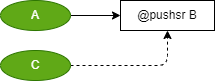
Above: Language/png/IF5.dio.png in DualsoftDev/ds (draw.io), before the change. Source tidied: cells renumbered, new cells last; positions are measured from the earlier drawing's top-left corner, leaving out a move shared by most shapes.
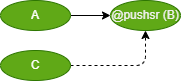
Above is the later version.

What changed in the source:
```diff
@@ -2,20 +2,20 @@
   <root>
     <mxCell id="0" />
     <mxCell id="1" parent="0" />
-    <mxCell id="2" style="edgeStyle=none;html=1;exitX=1;exitY=0.5;exitDx=0;exitDy=0;entryX=0;entryY=0.5;entryDx=0;entryDy=0;" parent="1" edge="1" source="6" target="5">
+    <mxCell id="2" style="edgeStyle=none;html=1;exitX=1;exitY=0.5;exitDx=0;exitDy=0;entryX=0;entryY=0.5;entryDx=0;entryDy=0;" parent="1" edge="1" source="6" target="7">
       <mxGeometry relative="1" as="geometry" />
     </mxCell>
-    <mxCell id="3" style="edgeStyle=orthogonalEdgeStyle;html=1;exitX=1;exitY=0.5;exitDx=0;exitDy=0;entryX=0.5;entryY=1;entryDx=0;entryDy=0;dashed=1;" parent="1" edge="1" source="4" target="5">
+    <mxCell id="3" style="edgeStyle=orthogonalEdgeStyle;html=1;exitX=1;exitY=0.5;exitDx=0;exitDy=0;entryX=0.5;entryY=1;entryDx=0;entryDy=0;dashed=1;" parent="1" edge="1" source="4" target="7">
       <mxGeometry relative="1" as="geometry" />
     </mxCell>
     <mxCell id="4" value="C" style="ellipse;whiteSpace=wrap;html=1;fillColor=#60a917;fontColor=#ffffff;strokeColor=#2D7600;" parent="1" vertex="1">
       <mxGeometry y="50" width="70" height="30" as="geometry" />
     </mxCell>
-    <mxCell id="5" value="@pushsr B" style="rounded=0;whiteSpace=wrap;html=1;" parent="1" vertex="1">
-      <mxGeometry x="120" width="94" height="30" as="geometry" />
-    </mxCell>
     <mxCell id="6" value="A" style="ellipse;whiteSpace=wrap;html=1;fillColor=#60a917;fontColor=#ffffff;strokeColor=#2D7600;" parent="1" vertex="1">
       <mxGeometry width="70" height="30" as="geometry" />
     </mxCell>
+    <mxCell id="7" value="&lt;span style=&quot;color: rgb(240 , 240 , 240)&quot;&gt;@pushsr (&lt;/span&gt;&lt;span style=&quot;color: rgb(240 , 240 , 240)&quot;&gt;B)&lt;/span&gt;" style="ellipse;whiteSpace=wrap;html=1;fillColor=#60a917;fontColor=#ffffff;strokeColor=#2D7600;" parent="1" vertex="1">
+      <mxGeometry x="110" width="70" height="30" as="geometry" />
+    </mxCell>
   </root>
 </mxGraphModel>
```
